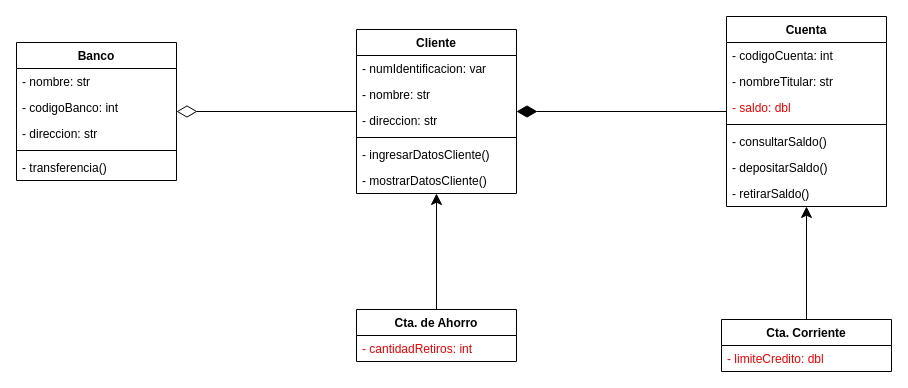
The draw.io diagram taller/taller3.drawio in nriquelme-uct/Ejercicios-Modelado, before the edit. Source tidied: cells renumbered, new cells numbered last; positions are measured from the earlier drawing's top-left corner, leaving out a move shared by most shapes. Both pictures are drawn from the tidied source at 100%, with x=0, y=0 at pixel (16, 16).
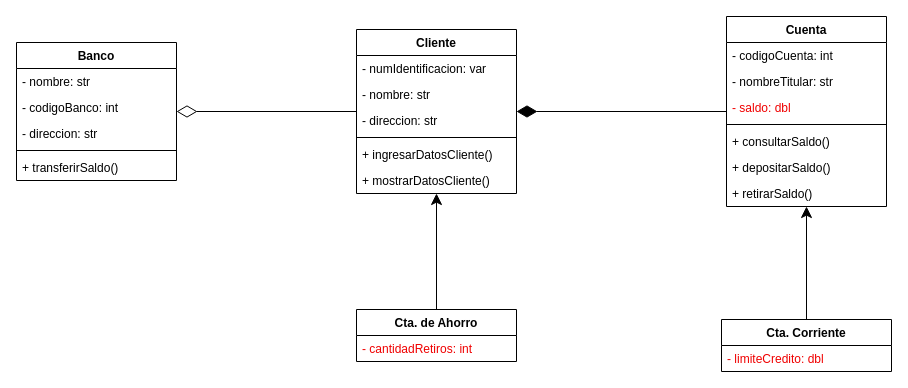
After the change.

Commit message (it also covers changes not shown here):
Actualizar los datos

The change refers to these unchanged cells:
```xml
<mxCell id="2" value="Banco" style="swimlane;fontStyle=1;align=center;verticalAlign=top;horizontal=1;startSize=26;" parent="1" vertex="1">
  <mxGeometry y="26" width="160" height="138" as="geometry" />
</mxCell>
<mxCell id="10" value="Cliente" style="swimlane;fontStyle=1;align=center;verticalAlign=top;horizontal=1;startSize=26;" parent="1" vertex="1">
  <mxGeometry x="340" y="13" width="160" height="164" as="geometry" />
</mxCell>
<mxCell id="18" value="Cuenta" style="swimlane;fontStyle=1;align=center;verticalAlign=top;horizontal=1;startSize=26;" parent="1" vertex="1">
  <mxGeometry x="710" width="160" height="190" as="geometry" />
</mxCell>
```

Change to the diagram source:
```diff
@@
-    <mxCell id="7" value="- transferencia()" style="text;strokeColor=none;fillColor=none;align=left;verticalAlign=top;spacingLeft=4;spacingRight=4;overflow=hidden;" parent="2" vertex="1">
+    <mxCell id="7" value="+ transferirSaldo()" style="text;strokeColor=none;fillColor=none;align=left;verticalAlign=top;spacingLeft=4;spacingRight=4;overflow=hidden;" parent="2" vertex="1">
       <mxGeometry y="112" width="160" height="26" as="geometry" />
     </mxCell>
@@
-    <mxCell id="15" value="- ingresarDatosCliente()" style="text;strokeColor=none;fillColor=none;align=left;verticalAlign=top;spacingLeft=4;spacingRight=4;overflow=hidden;" parent="10" vertex="1">
+    <mxCell id="15" value="+ ingresarDatosCliente()" style="text;strokeColor=none;fillColor=none;align=left;verticalAlign=top;spacingLeft=4;spacingRight=4;overflow=hidden;" parent="10" vertex="1">
       <mxGeometry y="112" width="160" height="26" as="geometry" />
     </mxCell>
-    <mxCell id="16" value="- mostrarDatosCliente()" style="text;strokeColor=none;fillColor=none;align=left;verticalAlign=top;spacingLeft=4;spacingRight=4;overflow=hidden;" parent="10" vertex="1">
+    <mxCell id="16" value="+ mostrarDatosCliente()" style="text;strokeColor=none;fillColor=none;align=left;verticalAlign=top;spacingLeft=4;spacingRight=4;overflow=hidden;" parent="10" vertex="1">
       <mxGeometry y="138" width="160" height="26" as="geometry" />
     </mxCell>
@@
-    <mxCell id="23" value="- consultarSaldo()" style="text;strokeColor=none;fillColor=none;align=left;verticalAlign=top;spacingLeft=4;spacingRight=4;overflow=hidden;" parent="18" vertex="1">
+    <mxCell id="23" value="+ consultarSaldo()" style="text;strokeColor=none;fillColor=none;align=left;verticalAlign=top;spacingLeft=4;spacingRight=4;overflow=hidden;" parent="18" vertex="1">
       <mxGeometry y="112" width="160" height="26" as="geometry" />
     </mxCell>
-    <mxCell id="24" value="- depositarSaldo()" style="text;strokeColor=none;fillColor=none;align=left;verticalAlign=top;spacingLeft=4;spacingRight=4;overflow=hidden;" parent="18" vertex="1">
+    <mxCell id="24" value="+ depositarSaldo()" style="text;strokeColor=none;fillColor=none;align=left;verticalAlign=top;spacingLeft=4;spacingRight=4;overflow=hidden;" parent="18" vertex="1">
       <mxGeometry y="138" width="160" height="26" as="geometry" />
     </mxCell>
-    <mxCell id="25" value="- retirarSaldo()" style="text;strokeColor=none;fillColor=none;align=left;verticalAlign=top;spacingLeft=4;spacingRight=4;overflow=hidden;fontColor=default;" parent="18" vertex="1">
+    <mxCell id="25" value="+ retirarSaldo()" style="text;strokeColor=none;fillColor=none;align=left;verticalAlign=top;spacingLeft=4;spacingRight=4;overflow=hidden;fontColor=default;" parent="18" vertex="1">
       <mxGeometry y="164" width="160" height="26" as="geometry" />
     </mxCell>
```
